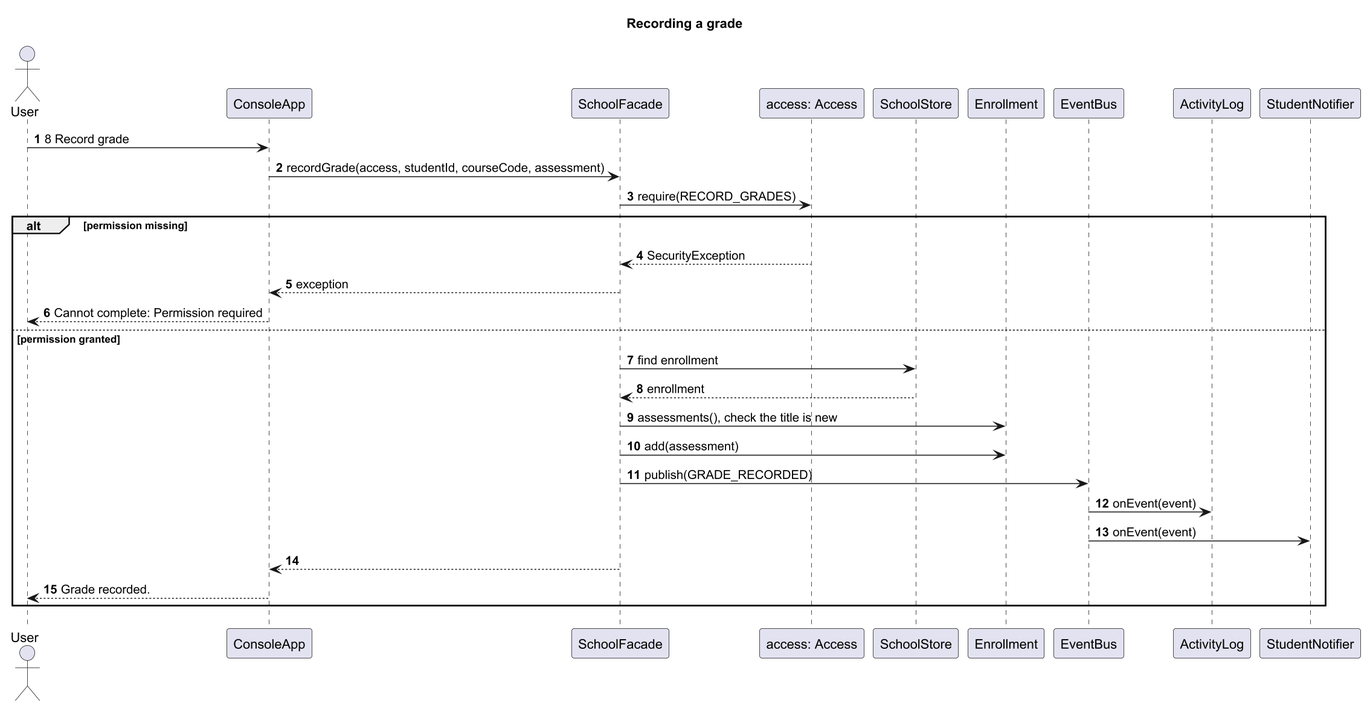
Earlier version of the PlantUML export docs/images/sequence-record-grade.png (Asylstyle/school-management-system).
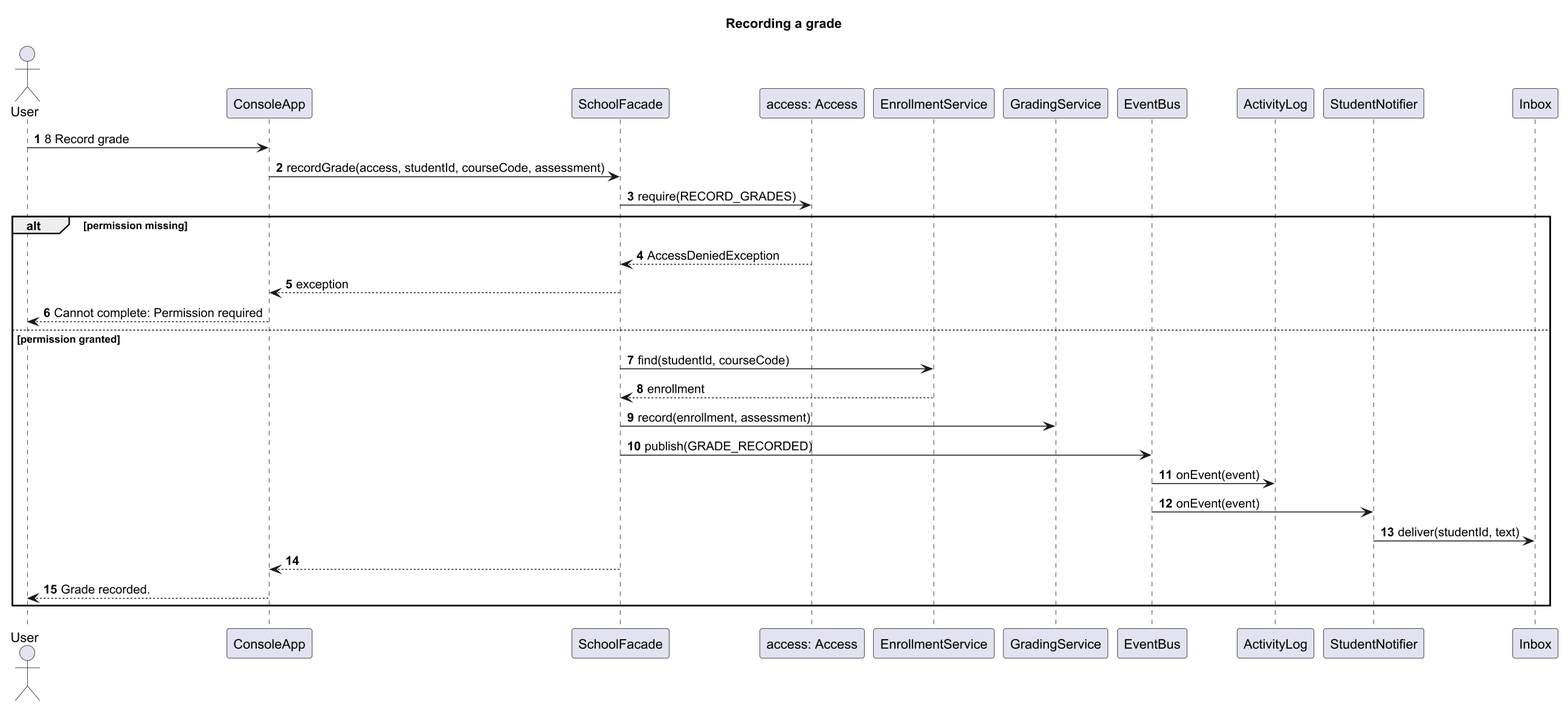
The same file after the commit.

The edit, as a diff of the source:
```diff
@@ -8,27 +8,28 @@
 participant ConsoleApp
 participant SchoolFacade
 participant "access: Access" as Access
-participant SchoolStore
-participant Enrollment
+participant EnrollmentService
+participant GradingService
 participant EventBus
 participant ActivityLog
 participant StudentNotifier
+participant Inbox
 
 User -> ConsoleApp : 8 Record grade
 ConsoleApp -> SchoolFacade : recordGrade(access, studentId, courseCode, assessment)
 SchoolFacade -> Access : require(RECORD_GRADES)
 alt permission missing
-  Access --> SchoolFacade : SecurityException
+  Access --> SchoolFacade : AccessDeniedException
   SchoolFacade --> ConsoleApp : exception
   ConsoleApp --> User : Cannot complete: Permission required
 else permission granted
-  SchoolFacade -> SchoolStore : find enrollment
-  SchoolStore --> SchoolFacade : enrollment
-  SchoolFacade -> Enrollment : assessments(), check the title is new
-  SchoolFacade -> Enrollment : add(assessment)
+  SchoolFacade -> EnrollmentService : find(studentId, courseCode)
+  EnrollmentService --> SchoolFacade : enrollment
+  SchoolFacade -> GradingService : record(enrollment, assessment)
   SchoolFacade -> EventBus : publish(GRADE_RECORDED)
   EventBus -> ActivityLog : onEvent(event)
   EventBus -> StudentNotifier : onEvent(event)
+  StudentNotifier -> Inbox : deliver(studentId, text)
   SchoolFacade --> ConsoleApp
   ConsoleApp --> User : Grade recorded.
 end
```
